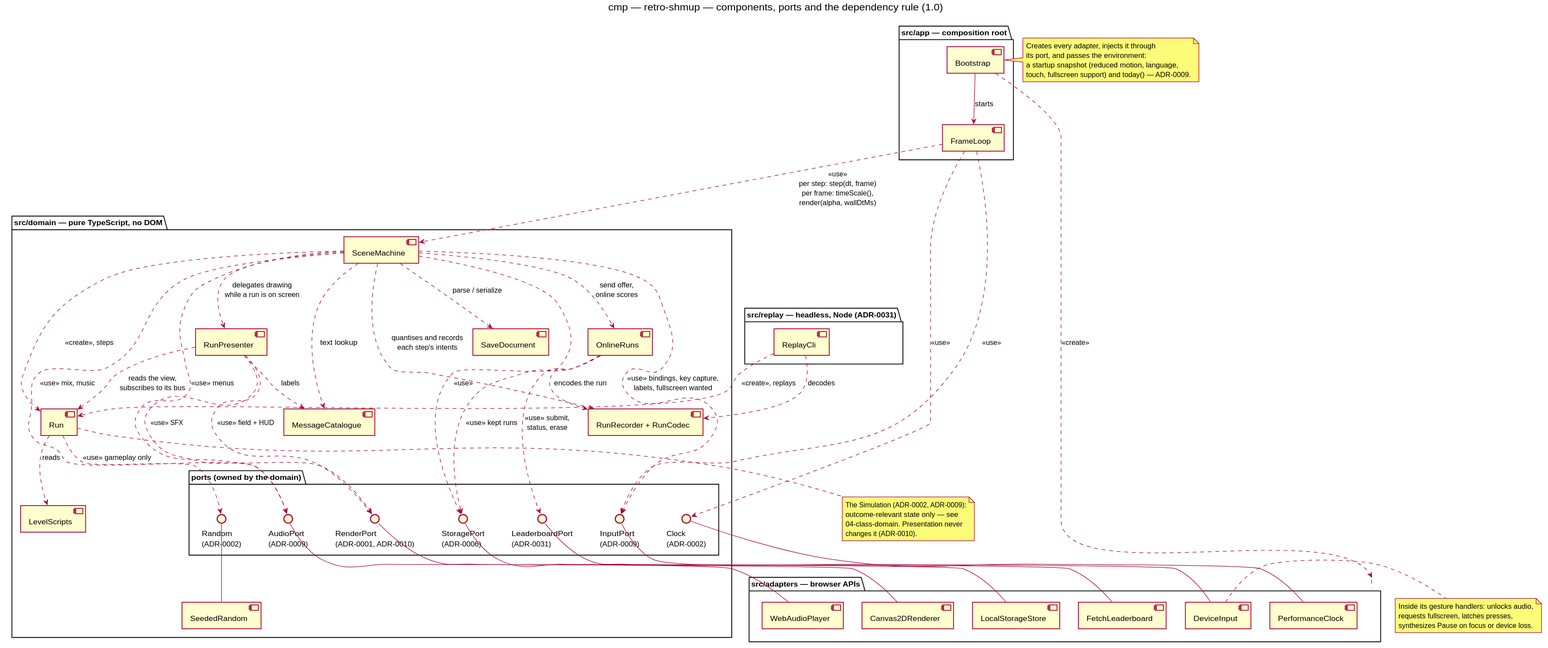
Before: docs/architecture/diagrams/system/03-component.svg, a diagram exported from PlantUML (benoit-bremaud/retro-shmup).
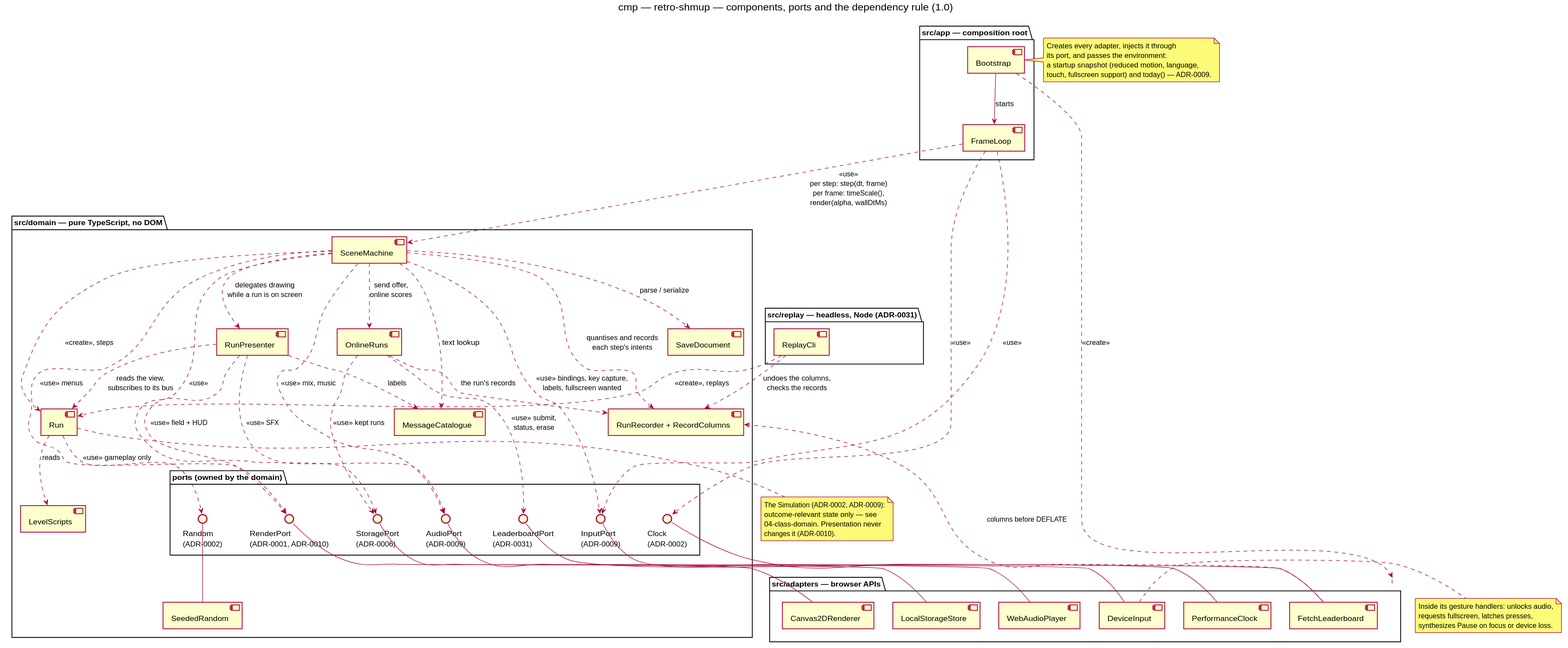
Later version of the same file.

Diff of the diagram source:
```diff
@@ -17,7 +17,7 @@
   [SaveDocument] as Save
   [MessageCatalogue] as I18n
   [SeededRandom] as Rng
-  [RunRecorder + RunCodec] as Recorder
+  [RunRecorder + RecordColumns] as Recorder
   [OnlineRuns] as Online
 
   package "ports (owned by the domain)" as Ports {
@@ -66,10 +66,11 @@
 Run ..> RandomPort : <<use>> gameplay only
 Scenes ..> Recorder : quantises and records\neach step's intents
 Scenes ..> Online : send offer,\nonline scores
-Online ..> Recorder : encodes the run
+Online ..> Recorder : the run's records
 Online ..> LeaderboardPort : <<use>> submit,\nstatus, erase
 Online ..> StoragePort : <<use>> kept runs
-Cli ..> Recorder : decodes
+Cli ..> Recorder : undoes the columns,\nchecks the records
+FetchLb ..> Recorder : columns before DEFLATE
 Cli ..> Run : <<create>>, replays
 Rng -up- RandomPort
 
```
